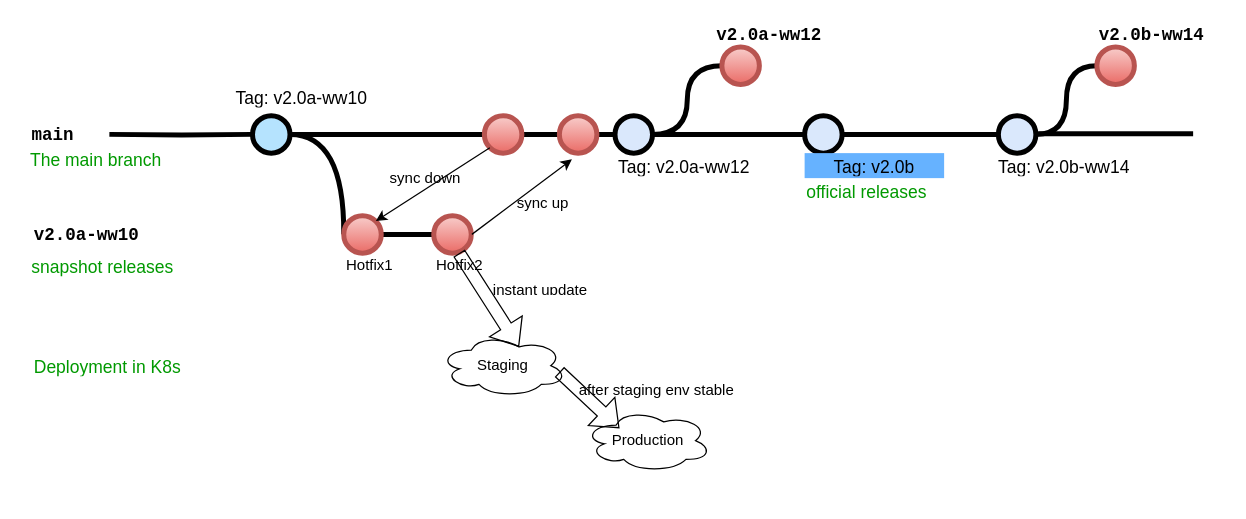
Before: ekba-releases.drawio in jfding/jfding.github.com, a draw.io diagram. Source tidied: cells renumbered, new cells numbered last; positions are measured from the earlier drawing's top-left corner, leaving out a move shared by most shapes. Both pictures are drawn from the tidied source at 125%, with x=0, y=0 at pixel (21, 21).
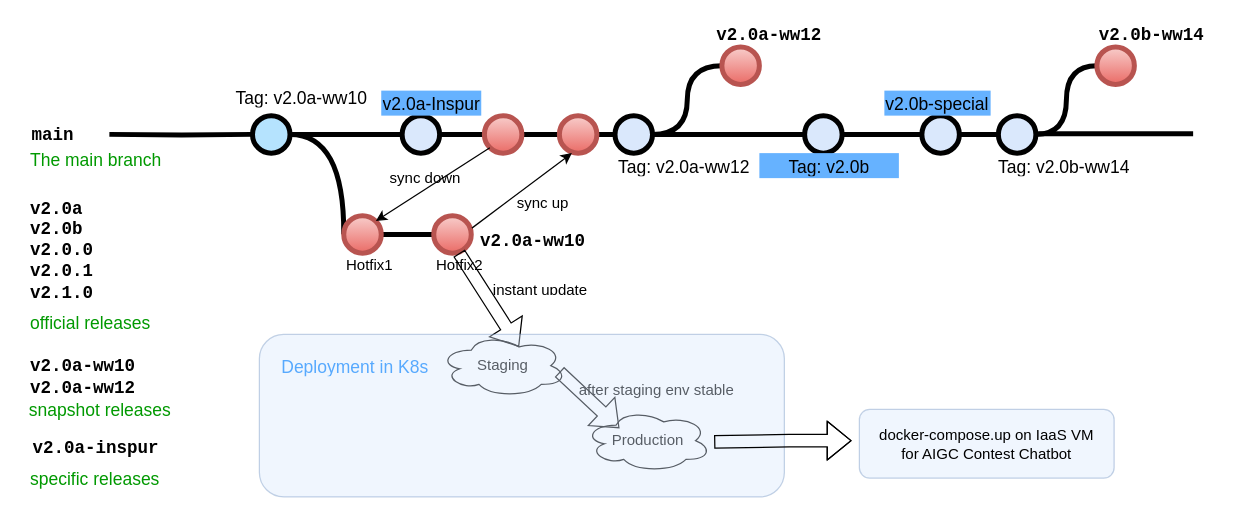
After the change.

The change refers to these unchanged cells:
```xml
<mxCell id="4" style="verticalLabelPosition=bottom;verticalAlign=top;html=1;strokeWidth=4;shape=mxgraph.flowchart.on-page_reference;plain-blue;gradientColor=none;fillColor=#B5E3Fe;strokeColor=#000000;" parent="1" vertex="1">
  <mxGeometry x="184.5" y="75" width="30" height="30" as="geometry" />
</mxCell>
<mxCell id="9" style="verticalLabelPosition=bottom;verticalAlign=top;html=1;strokeWidth=4;shape=mxgraph.flowchart.on-page_reference;plain-blue;gradientColor=none;strokeColor=#000000;" parent="1" vertex="1">
  <mxGeometry x="626.2" y="75" width="30" height="30" as="geometry" />
</mxCell>
<mxCell id="26" style="verticalLabelPosition=bottom;verticalAlign=top;html=1;strokeWidth=4;shape=mxgraph.flowchart.on-page_reference;plain-blue;gradientColor=#EA6B66;strokeColor=#B85450;fillColor=#F8CECC;" parent="1" vertex="1">
  <mxGeometry x="370" y="75" width="30" height="30" as="geometry" />
</mxCell>
```

The edit, as a diff of the source:
```diff
@@
-    <mxCell id="7" style="edgeStyle=orthogonalEdgeStyle;curved=1;rounded=0;jettySize=auto;html=1;endArrow=none;endFill=0;strokeWidth=4;fontFamily=Courier New;fontSize=16;" parent="1" edge="1" source="9">
+    <mxCell id="7" style="edgeStyle=orthogonalEdgeStyle;curved=1;rounded=0;jettySize=auto;html=1;endArrow=none;endFill=0;strokeWidth=4;fontFamily=Courier New;fontSize=16;" parent="1" edge="1" source="50">
       <mxGeometry relative="1" as="geometry">
         <mxPoint x="780" y="90" as="targetPoint" />
       </mxGeometry>
     </mxCell>
@@
-    <mxCell id="14" value="v2.0a-ww10" style="text;html=1;strokeColor=none;fillColor=none;align=left;verticalAlign=middle;whiteSpace=wrap;overflow=hidden;fontSize=14;fontStyle=1;fontFamily=Courier New;" parent="1" vertex="1">
-      <mxGeometry x="7.5" y="160" width="102.5" height="20" as="geometry" />
+    <mxCell id="14" value="v2.0a-ww10&lt;div&gt;v2.0a-ww12&lt;/div&gt;" style="text;html=1;strokeColor=none;fillColor=none;align=left;verticalAlign=middle;whiteSpace=wrap;overflow=hidden;fontSize=14;fontStyle=1;fontFamily=Courier New;" parent="1" vertex="1">
+      <mxGeometry x="5" y="265" width="102.5" height="35" as="geometry" />
     </mxCell>
@@
     <mxCell id="16" value="snapshot releases" style="text;html=1;strokeColor=none;fillColor=none;align=left;verticalAlign=middle;whiteSpace=wrap;overflow=hidden;fontSize=14;fontStyle=0;fontColor=#009900;" parent="1" vertex="1">
-      <mxGeometry x="6.2" y="185" width="133.8" height="20" as="geometry" />
+      <mxGeometry x="3.8" y="300" width="133.8" height="20" as="geometry" />
     </mxCell>
@@
-    <mxCell id="23" style="edgeStyle=orthogonalEdgeStyle;rounded=0;html=1;jettySize=auto;plain-blue;endArrow=none;endFill=0;strokeWidth=4;strokeColor=#000000;" parent="1" edge="1" source="4" target="26">
+    <mxCell id="23" style="edgeStyle=orthogonalEdgeStyle;rounded=0;html=1;jettySize=auto;plain-blue;endArrow=none;endFill=0;strokeWidth=4;strokeColor=#000000;" parent="1" edge="1" source="55" target="26">
       <mxGeometry x="304.5" y="180" as="geometry" />
     </mxCell>
@@
-    <mxCell id="27" value="Deployment in K8s" style="text;html=1;strokeColor=none;fillColor=none;align=left;verticalAlign=middle;whiteSpace=wrap;overflow=hidden;fontSize=14;fontStyle=0;fontColor=#009900;" parent="1" vertex="1">
-      <mxGeometry x="7.5" y="265" width="133.8" height="20" as="geometry" />
+    <mxCell id="27" value="&lt;font style=&quot;color: rgb(0, 127, 255);&quot;&gt;Deployment in K8s&lt;/font&gt;" style="text;html=1;strokeColor=none;fillColor=none;align=left;verticalAlign=middle;whiteSpace=wrap;overflow=hidden;fontSize=14;fontStyle=0;fontColor=#009900;" parent="1" vertex="1">
+      <mxGeometry x="205.6" y="265" width="133.8" height="20" as="geometry" />
     </mxCell>
@@
     <mxCell id="31" style="endArrow=classic;html=1;rounded=0;" parent="1" edge="1">
       <mxGeometry relative="1" as="geometry">
-        <mxPoint x="360" y="170" as="sourcePoint" />
-        <mxPoint x="440" y="110" as="targetPoint" />
+        <mxPoint x="360" y="165" as="sourcePoint" />
+        <mxPoint x="440" y="105" as="targetPoint" />
       </mxGeometry>
     </mxCell>
@@
     <mxCell id="36" value="Tag: v2.0b" style="text;html=1;strokeColor=none;fillColor=#66B2FF;align=center;verticalAlign=middle;whiteSpace=wrap;overflow=hidden;fontSize=14;" parent="1" vertex="1">
-      <mxGeometry x="626.2" y="105" width="111.6" height="20" as="geometry" />
+      <mxGeometry x="590" y="105" width="111.6" height="20" as="geometry" />
     </mxCell>
@@
-    <mxCell id="42" value="official releases" style="text;html=1;strokeColor=none;fillColor=none;align=left;verticalAlign=middle;whiteSpace=wrap;overflow=hidden;fontSize=14;fontStyle=0;fontColor=#009900;" parent="1" vertex="1">
-      <mxGeometry x="626.2" y="125" width="133.8" height="20" as="geometry" />
-    </mxCell>
@@
+    <mxCell id="47" style="rounded=1;whiteSpace=wrap;html=1;fillColor=#dae8fc;strokeColor=#6c8ebf;opacity=40;" parent="1" vertex="1">
+      <mxGeometry x="190" y="250" width="420" height="130" as="geometry" />
+    </mxCell>
+    <mxCell id="48" value="v2.0a&lt;div&gt;v2.0b&lt;/div&gt;&lt;div&gt;v2.0.0&lt;/div&gt;&lt;div&gt;v2.0.1&lt;/div&gt;&lt;div&gt;v2.1.0&lt;/div&gt;" style="text;html=1;strokeColor=none;fillColor=none;align=left;verticalAlign=middle;whiteSpace=wrap;overflow=hidden;fontSize=14;fontStyle=1;fontFamily=Courier New;" parent="1" vertex="1">
+      <mxGeometry x="5.2" y="135" width="102.5" height="95" as="geometry" />
+    </mxCell>
+    <mxCell id="42" value="official releases" style="text;html=1;strokeColor=none;fillColor=none;align=left;verticalAlign=middle;whiteSpace=wrap;overflow=hidden;fontSize=14;fontStyle=0;fontColor=#009900;" parent="1" vertex="1">
+      <mxGeometry x="5.2" y="230" width="133.8" height="20" as="geometry" />
+    </mxCell>
+    <mxCell id="49" style="edgeStyle=orthogonalEdgeStyle;curved=1;rounded=0;jettySize=auto;html=1;endArrow=none;endFill=0;strokeWidth=4;fontFamily=Courier New;fontSize=16;" parent="1" edge="1" source="9" target="50">
+      <mxGeometry relative="1" as="geometry" />
+    </mxCell>
+    <mxCell id="50" style="verticalLabelPosition=bottom;verticalAlign=top;html=1;strokeWidth=4;shape=mxgraph.flowchart.on-page_reference;plain-blue;gradientColor=none;strokeColor=#000000;" parent="1" vertex="1">
+      <mxGeometry x="720" y="75" width="30" height="30" as="geometry" />
+    </mxCell>
+    <mxCell id="51" value="v2.0b-special" style="text;html=1;strokeColor=none;fillColor=#66B2FF;align=center;verticalAlign=middle;whiteSpace=wrap;overflow=hidden;fontSize=14;" parent="1" vertex="1">
+      <mxGeometry x="690" y="55" width="85" height="20" as="geometry" />
+    </mxCell>
+    <mxCell id="52" value="docker-compose.up on IaaS VM&lt;div&gt;for AIGC Contest Chatbot&lt;/div&gt;" style="rounded=1;whiteSpace=wrap;html=1;fillColor=#dae8fc;strokeColor=#6c8ebf;opacity=40;" parent="1" vertex="1">
+      <mxGeometry x="670" y="310" width="203.8" height="55" as="geometry" />
+    </mxCell>
+    <mxCell id="53" style="shape=flexArrow;endArrow=classic;html=1;rounded=0;entryX=0.625;entryY=0.2;entryDx=0;entryDy=0;entryPerimeter=0;" parent="1" edge="1">
+      <mxGeometry relative="1" as="geometry">
+        <mxPoint x="553.8" y="336.1" as="sourcePoint" />
+        <mxPoint x="663.8" y="335" as="targetPoint" />
+        <Array as="points">
+          <mxPoint x="613.8" y="335" />
+        </Array>
+      </mxGeometry>
+    </mxCell>
+    <mxCell id="54" style="edgeStyle=orthogonalEdgeStyle;rounded=0;html=1;jettySize=auto;plain-blue;endArrow=none;endFill=0;strokeWidth=4;strokeColor=#000000;" parent="1" edge="1" source="4" target="55">
+      <mxGeometry x="304.5" y="180" as="geometry" />
+    </mxCell>
+    <mxCell id="55" style="verticalLabelPosition=bottom;verticalAlign=top;html=1;strokeWidth=4;shape=mxgraph.flowchart.on-page_reference;plain-blue;gradientColor=none;strokeColor=#000000;" parent="1" vertex="1">
+      <mxGeometry x="304.2" y="75" width="30" height="30" as="geometry" />
+    </mxCell>
+    <mxCell id="56" value="v2.0a-Inspur" style="text;html=1;strokeColor=none;fillColor=#66B2FF;align=center;verticalAlign=middle;whiteSpace=wrap;overflow=hidden;fontSize=14;" parent="1" vertex="1">
+      <mxGeometry x="287.5" y="55" width="80" height="20" as="geometry" />
+    </mxCell>
+    <mxCell id="57" value="v2.0a-inspur" style="text;html=1;strokeColor=none;fillColor=none;align=left;verticalAlign=middle;whiteSpace=wrap;overflow=hidden;fontSize=14;fontStyle=1;fontFamily=Courier New;" parent="1" vertex="1">
+      <mxGeometry x="6.5" y="330" width="102.5" height="20" as="geometry" />
+    </mxCell>
+    <mxCell id="58" value="specific releases" style="text;html=1;strokeColor=none;fillColor=none;align=left;verticalAlign=middle;whiteSpace=wrap;overflow=hidden;fontSize=14;fontStyle=0;fontColor=#009900;" parent="1" vertex="1">
+      <mxGeometry x="5.2" y="355" width="133.8" height="20" as="geometry" />
+    </mxCell>
+    <mxCell id="59" value="v2.0a-ww10" style="text;html=1;strokeColor=none;fillColor=none;align=left;verticalAlign=middle;whiteSpace=wrap;overflow=hidden;fontSize=14;fontStyle=1;fontFamily=Courier New;" parent="1" vertex="1">
+      <mxGeometry x="365.4" y="165" width="102.5" height="20" as="geometry" />
+    </mxCell>
```
